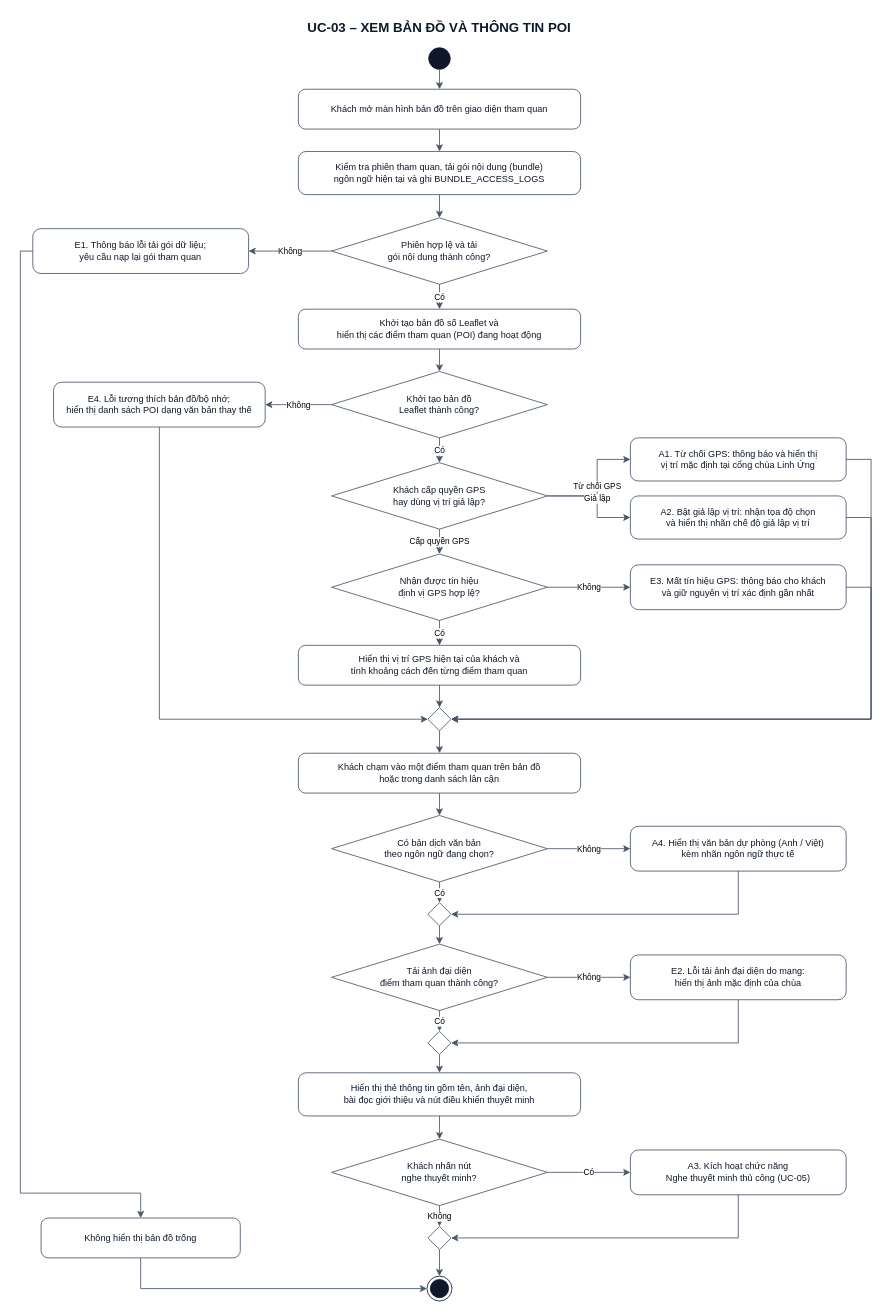
Kazuken123/prj_sgu26_cnpm keeps this draw.io diagram as docs/diagram/activity/UC-03_Activity.drawio. Above is the earlier version. Source tidied: cells renumbered, new cells numbered last; positions are measured from the earlier drawing's top-left corner, leaving out a move shared by most shapes. Both pictures are drawn from the tidied source at 83%, with x=0, y=0 at pixel (20, 14).
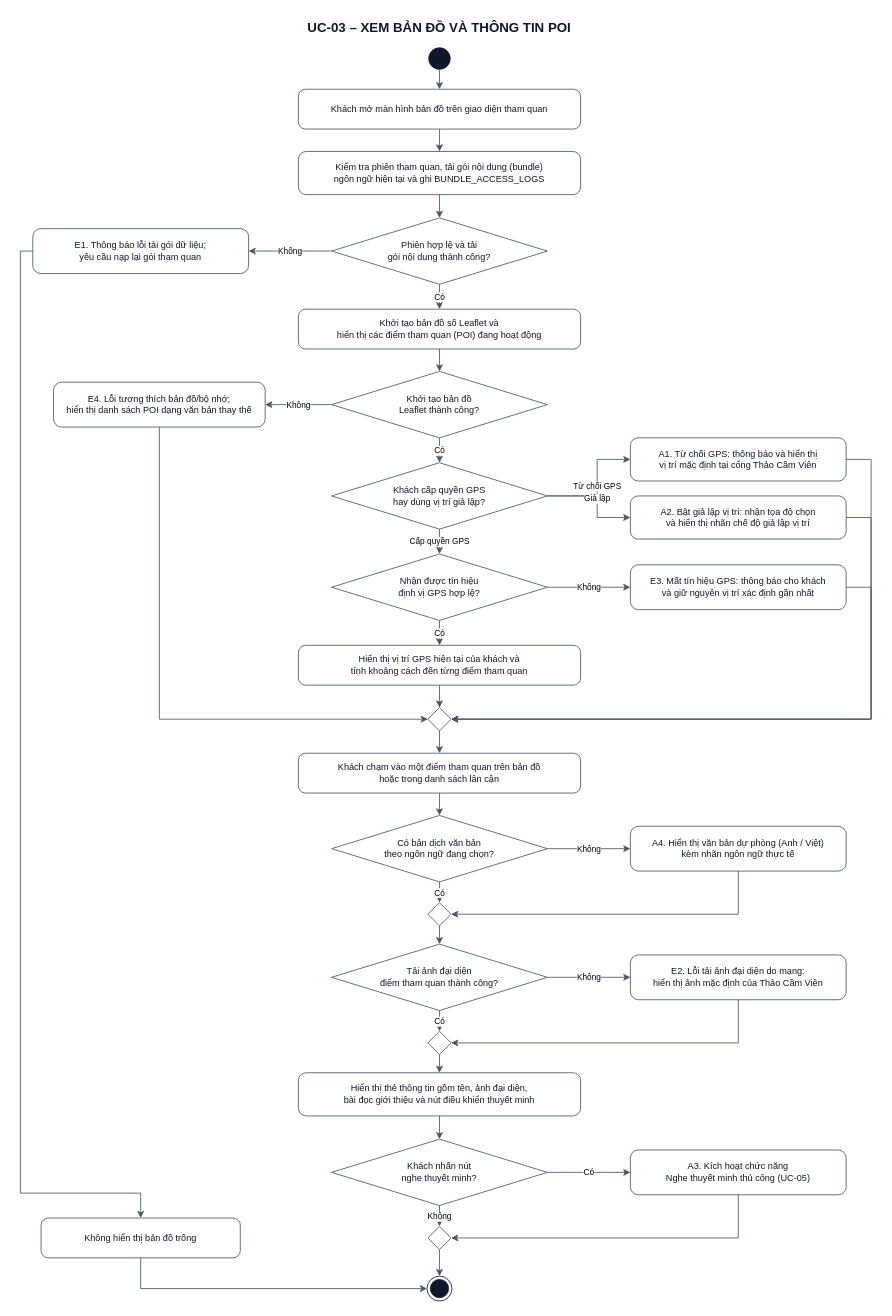
The same page after the edit.

Change to the diagram source:
```diff
@@
-    <mxCell id="12" value="A1. Từ chối GPS: thông báo và hiển thị&#10;vị trí mặc định tại cổng chùa Linh Ứng" style="rounded=1;arcSize=18;whiteSpace=wrap;html=1;fillColor=#ffffff;strokeColor=#475569;fontColor=#0f172a;fontFamily=Arial;fontSize=11;" parent="1" vertex="1">
+    <mxCell id="12" value="A1. Từ chối GPS: thông báo và hiển thị&#10;vị trí mặc định tại cổng Thảo Cầm Viên" style="rounded=1;arcSize=18;whiteSpace=wrap;html=1;fillColor=#ffffff;strokeColor=#475569;fontColor=#0f172a;fontFamily=Arial;fontSize=11;" parent="1" vertex="1">
       <mxGeometry x="735" y="510" width="260" height="52" as="geometry" />
     </mxCell>
@@
-    <mxCell id="23" value="E2. Lỗi tải ảnh đại diện do mạng:&#10;hiển thị ảnh mặc định của chùa" style="rounded=1;arcSize=18;whiteSpace=wrap;html=1;fillColor=#ffffff;strokeColor=#475569;fontColor=#0f172a;fontFamily=Arial;fontSize=11;" parent="1" vertex="1">
+    <mxCell id="23" value="E2. Lỗi tải ảnh đại diện do mạng:&#10;hiển thị ảnh mặc định của Thảo Cầm Viên" style="rounded=1;arcSize=18;whiteSpace=wrap;html=1;fillColor=#ffffff;strokeColor=#475569;fontColor=#0f172a;fontFamily=Arial;fontSize=11;" parent="1" vertex="1">
       <mxGeometry x="735" y="1133" width="260" height="54" as="geometry" />
     </mxCell>
```
